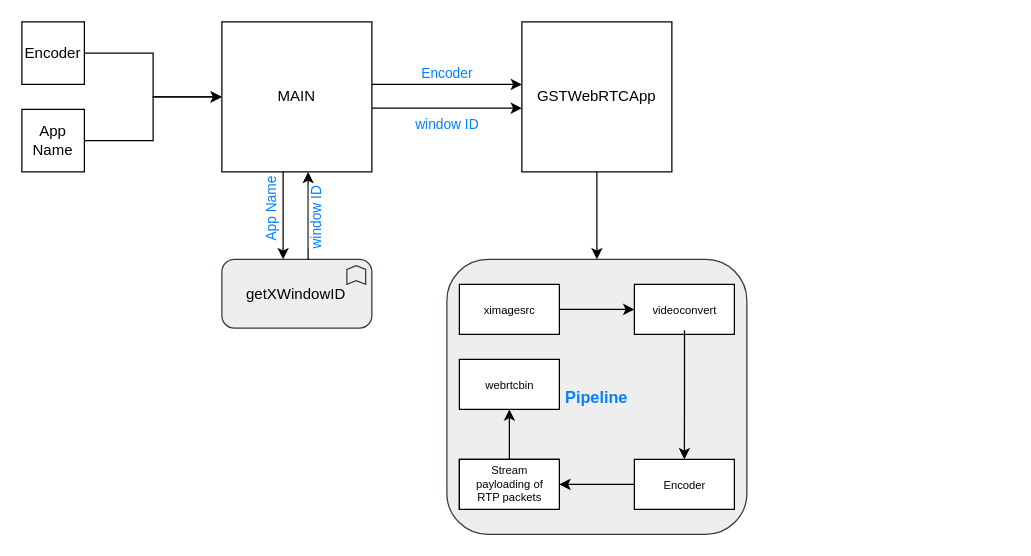
The draw.io diagram page "GStreamer Pipeline" (3 of 5) of docs/img/Architecture.drawio in Truvam/web-3d, before the edit. Source tidied: cells renumbered, new cells numbered last; positions are measured from the earlier drawing's top-left corner, leaving out a move shared by most shapes. Both pictures are drawn from the tidied source at 125%, with x=0, y=0 at pixel (21, 21).
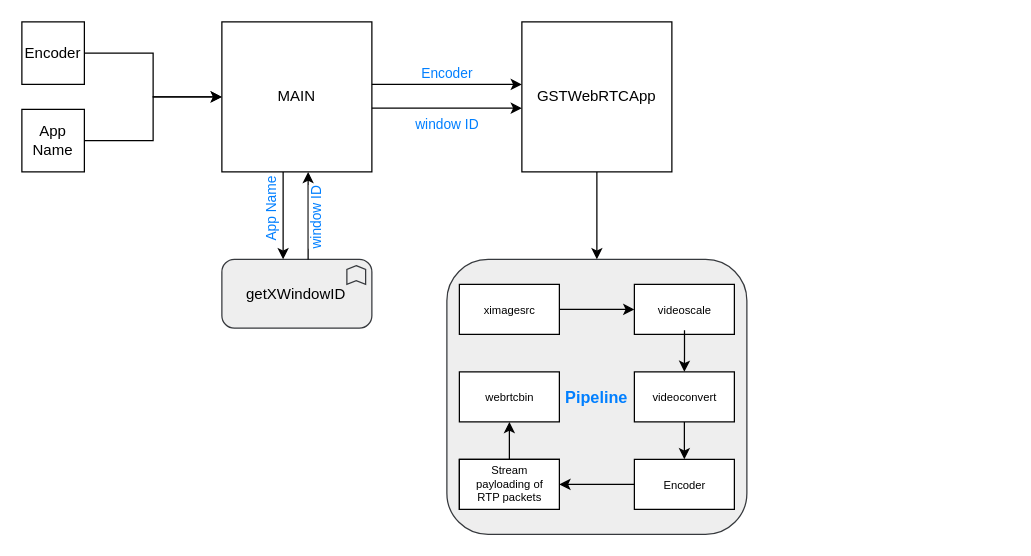
Above is the later version.

The change refers to these unchanged cells:
```xml
<mxCell id="24" style="group;" parent="23" vertex="1">
  <mxGeometry x="-50" y="200" width="230" height="200" as="geometry" />
</mxCell>
<mxCell id="25" style="group;" parent="24" vertex="1">
  <mxGeometry width="230" height="200" as="geometry" />
</mxCell>
<mxCell id="29" style="group;" parent="24" vertex="1">
  <mxGeometry x="140" width="80" height="40" as="geometry" />
</mxCell>
<mxCell id="37" style="rounded=0;whiteSpace=wrap;html=1;" parent="36" vertex="1">
  <mxGeometry width="80" height="40" as="geometry" />
</mxCell>
<mxCell id="41" style="rounded=0;whiteSpace=wrap;html=1;" parent="40" vertex="1">
  <mxGeometry width="80" height="40" as="geometry" />
</mxCell>
```

What changed in the source:
```diff
@@
+    <mxCell id="47" style="group;" parent="25" vertex="1">
+      <mxGeometry x="140" y="70" width="80" height="40" as="geometry" />
+    </mxCell>
+    <mxCell id="48" style="rounded=0;whiteSpace=wrap;html=1;" parent="47" vertex="1">
+      <mxGeometry width="80" height="40" as="geometry" />
+    </mxCell>
+    <mxCell id="49" value="&lt;font style=&quot;font-size: 9px&quot;&gt;videoconvert&lt;/font&gt;" style="text;html=1;strokeColor=none;fillColor=none;align=center;verticalAlign=middle;whiteSpace=wrap;rounded=0;" parent="47" vertex="1">
+      <mxGeometry x="6.7" y="3.3" width="66.7" height="33.3" as="geometry" />
+    </mxCell>
+    <mxCell id="33" style="group;" parent="25" vertex="1">
+      <mxGeometry y="70" width="80" height="40" as="geometry" />
+    </mxCell>
+    <mxCell id="34" style="rounded=0;whiteSpace=wrap;html=1;" parent="33" vertex="1">
+      <mxGeometry width="80" height="40" as="geometry" />
+    </mxCell>
+    <mxCell id="35" value="&lt;font style=&quot;font-size: 9px&quot;&gt;webrtcbin&lt;/font&gt;" style="text;html=1;strokeColor=none;fillColor=none;align=center;verticalAlign=middle;whiteSpace=wrap;rounded=0;" parent="33" vertex="1">
+      <mxGeometry x="6.7" y="3.3" width="66.7" height="33.3" as="geometry" />
+    </mxCell>
@@
-    <mxCell id="31" value="&lt;font style=&quot;font-size: 9px&quot;&gt;videoconvert&lt;/font&gt;" style="text;html=1;strokeColor=none;fillColor=none;align=center;verticalAlign=middle;whiteSpace=wrap;rounded=0;" parent="29" vertex="1">
+    <mxCell id="31" value="&lt;font style=&quot;font-size: 9px&quot;&gt;videoscale&lt;/font&gt;" style="text;html=1;strokeColor=none;fillColor=none;align=center;verticalAlign=middle;whiteSpace=wrap;rounded=0;" parent="29" vertex="1">
       <mxGeometry x="6.7" y="3.3" width="66.7" height="33.3" as="geometry" />
     </mxCell>
-    <mxCell id="32" style="edgeStyle=orthogonalEdgeStyle;rounded=0;jettySize=auto;html=1;entryX=0.5;entryY=0;entryDx=0;entryDy=0;fontFamily=Helvetica;fontColor=#007FFF;align=center;" parent="24" edge="1" source="31" target="37">
-      <mxGeometry relative="1" as="geometry" />
+    <mxCell id="32" style="edgeStyle=orthogonalEdgeStyle;rounded=0;jettySize=auto;html=1;fontFamily=Helvetica;fontColor=#007FFF;align=center;" parent="24" edge="1" source="31">
+      <mxGeometry relative="1" as="geometry">
+        <mxPoint x="180" y="70" as="targetPoint" />
+      </mxGeometry>
     </mxCell>
-    <mxCell id="33" style="group;" parent="24" vertex="1">
-      <mxGeometry y="60" width="80" height="40" as="geometry" />
-    </mxCell>
-    <mxCell id="34" style="rounded=0;whiteSpace=wrap;html=1;" parent="33" vertex="1">
-      <mxGeometry width="80" height="40" as="geometry" />
-    </mxCell>
-    <mxCell id="35" value="&lt;font style=&quot;font-size: 9px&quot;&gt;webrtcbin&lt;/font&gt;" style="text;html=1;strokeColor=none;fillColor=none;align=center;verticalAlign=middle;whiteSpace=wrap;rounded=0;" parent="33" vertex="1">
-      <mxGeometry x="6.7" y="3.3" width="66.7" height="33.3" as="geometry" />
-    </mxCell>
@@
+    <mxCell id="50" style="edgeStyle=orthogonalEdgeStyle;rounded=0;jettySize=auto;html=1;entryX=0.5;entryY=0;entryDx=0;entryDy=0;fontSize=8;fontColor=#00CCCC;" parent="24" edge="1" source="48" target="37">
+      <mxGeometry relative="1" as="geometry" />
+    </mxCell>
@@
     <mxCell id="45" style="edgeStyle=orthogonalEdgeStyle;rounded=0;jettySize=auto;html=1;fontFamily=Helvetica;fontSize=9;fontColor=#007FFF;align=center;" parent="1" edge="1" source="41">
       <mxGeometry relative="1" as="geometry">
-        <mxPoint x="390" y="310" as="targetPoint" />
+        <mxPoint x="390" y="320" as="targetPoint" />
       </mxGeometry>
     </mxCell>
```
